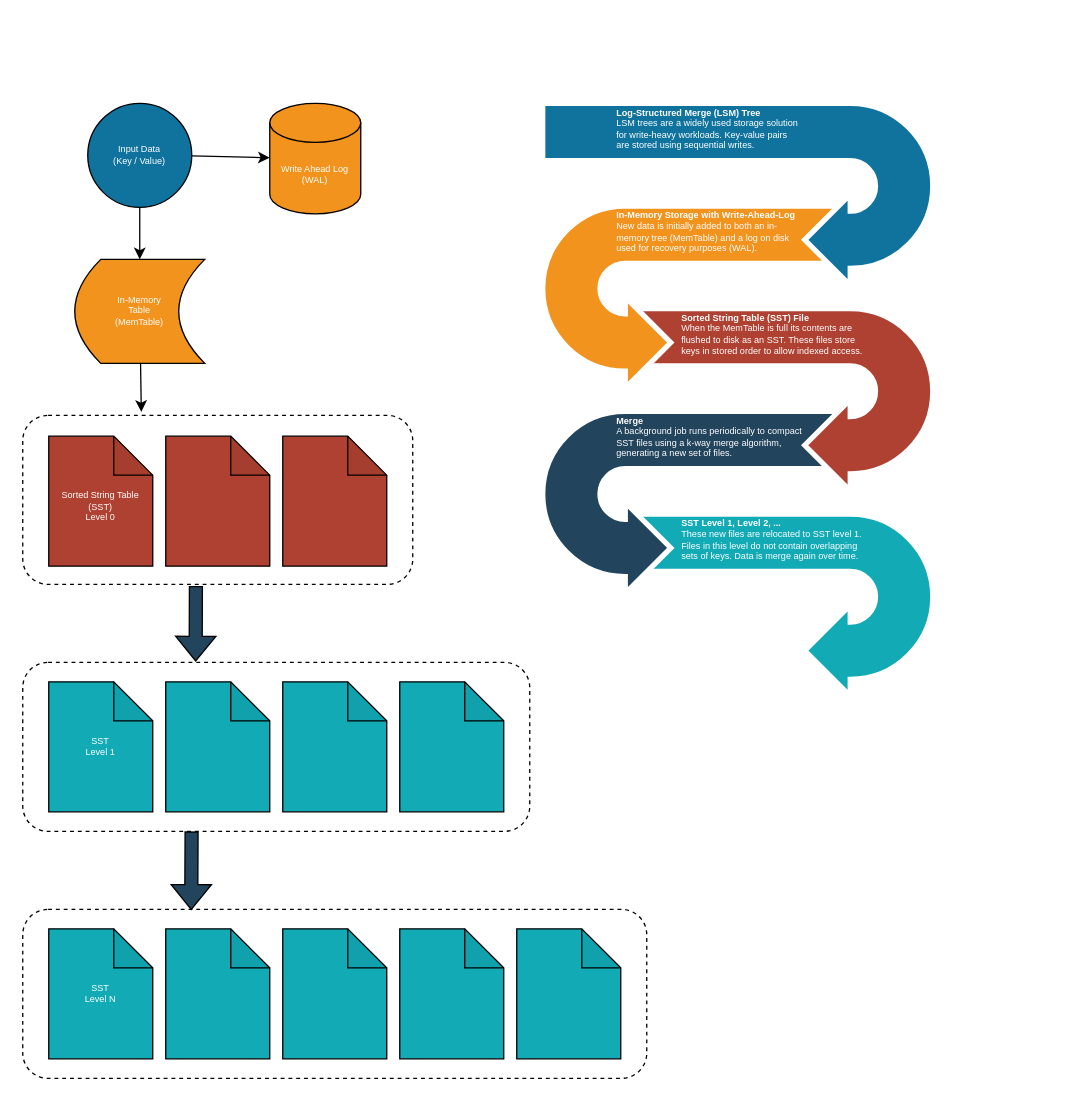
The draw.io diagram page "Data Structures" (1 of 4) of docs/lsm.drawio in justinethier/keyva, before the edit. Source tidied: cells renumbered, new cells numbered last; positions are measured from the earlier drawing's top-left corner, leaving out a move shared by most shapes. Both pictures are drawn from the tidied source at 130%, with x=0, y=0 at pixel (22, 103).
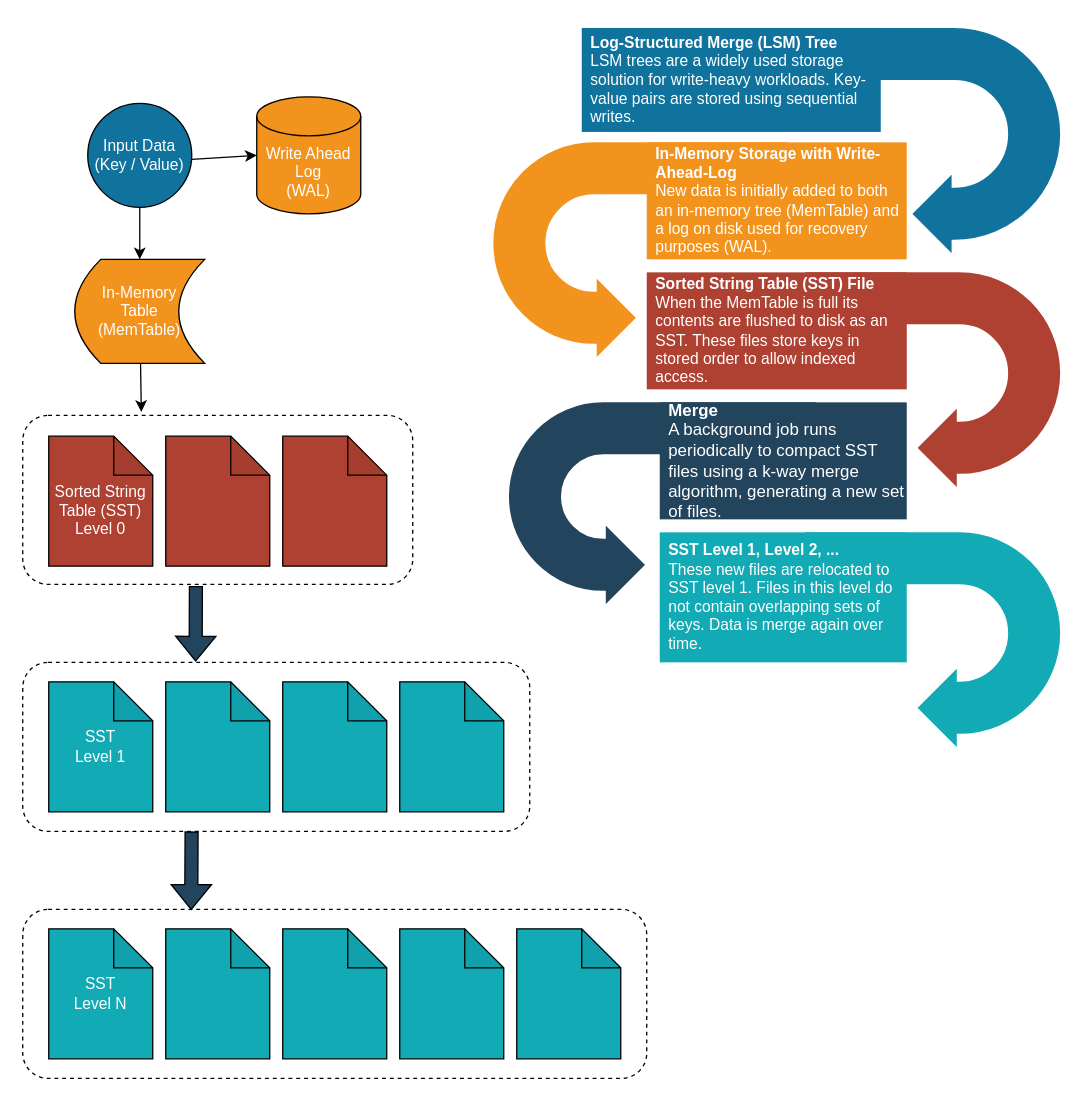
After the change.

The edit, as a diff of the source:
```diff
@@
-    <mxCell id="2" value="Write Ahead Log&lt;br style=&quot;font-size: 7px;&quot;&gt;(WAL)" style="shape=cylinder3;whiteSpace=wrap;html=1;boundedLbl=1;backgroundOutline=1;size=15;fillColor=#F2931E;fontColor=#FFFFFF;fontSize=7;" parent="1" vertex="1">
-      <mxGeometry x="190" width="70" height="85" as="geometry" />
+    <mxCell id="2" value="Write Ahead Log&lt;br style=&quot;font-size: 12px;&quot;&gt;(WAL)" style="shape=cylinder3;whiteSpace=wrap;html=1;boundedLbl=1;backgroundOutline=1;size=15;fillColor=#F2931E;fontColor=#FFFFFF;fontSize=12;" parent="1" vertex="1">
+      <mxGeometry x="180" y="-5" width="80" height="90" as="geometry" />
     </mxCell>
-    <mxCell id="3" value="In-Memory &lt;br style=&quot;font-size: 7px;&quot;&gt;Table&lt;br style=&quot;font-size: 7px;&quot;&gt;(MemTable)" style="shape=dataStorage;whiteSpace=wrap;html=1;fixedSize=1;fillColor=#F2931E;fontColor=#FFFFFF;fontSize=7;" parent="1" vertex="1">
+    <mxCell id="3" value="In-Memory &lt;br style=&quot;font-size: 12px;&quot;&gt;Table&lt;br style=&quot;font-size: 12px;&quot;&gt;(MemTable)" style="shape=dataStorage;whiteSpace=wrap;html=1;fixedSize=1;fillColor=#F2931E;fontColor=#FFFFFF;fontSize=12;" parent="1" vertex="1">
       <mxGeometry x="40" y="120" width="100" height="80" as="geometry" />
     </mxCell>
-    <mxCell id="4" value="Input Data&lt;br style=&quot;font-size: 7px;&quot;&gt;(Key / Value)" style="ellipse;whiteSpace=wrap;html=1;fillColor=#10739E;fontColor=#FFFFFF;fontSize=7;" parent="1" vertex="1">
+    <mxCell id="4" value="Input Data&lt;br style=&quot;font-size: 12px;&quot;&gt;(Key / Value)" style="ellipse;whiteSpace=wrap;html=1;fillColor=#10739E;fontColor=#FFFFFF;fontSize=12;" parent="1" vertex="1">
       <mxGeometry x="50" width="80" height="80" as="geometry" />
     </mxCell>
@@
-    <mxCell id="8" value="&lt;div style=&quot;font-size: 7px;&quot;&gt;&lt;br style=&quot;font-size: 7px;&quot;&gt;&lt;/div&gt;&lt;div style=&quot;font-size: 7px;&quot;&gt;Sorted String Table (SST)&lt;br style=&quot;font-size: 7px;&quot;&gt;&lt;/div&gt;&lt;div style=&quot;font-size: 7px;&quot;&gt;Level 0&lt;br style=&quot;font-size: 7px;&quot;&gt;&lt;/div&gt;" style="shape=note;whiteSpace=wrap;html=1;backgroundOutline=1;darkOpacity=0.05;fillColor=#AE4132;fontColor=#FFFFFF;fontSize=7;" parent="1" vertex="1">
+    <mxCell id="8" value="&lt;div style=&quot;font-size: 12px;&quot;&gt;&lt;br style=&quot;font-size: 12px;&quot;&gt;&lt;/div&gt;&lt;div style=&quot;font-size: 12px;&quot;&gt;Sorted String Table (SST)&lt;br style=&quot;font-size: 12px;&quot;&gt;&lt;/div&gt;&lt;div style=&quot;font-size: 12px;&quot;&gt;Level 0&lt;br style=&quot;font-size: 12px;&quot;&gt;&lt;/div&gt;" style="shape=note;whiteSpace=wrap;html=1;backgroundOutline=1;darkOpacity=0.05;fillColor=#AE4132;fontColor=#FFFFFF;fontSize=12;" parent="1" vertex="1">
       <mxGeometry x="20" y="256" width="80" height="100" as="geometry" />
     </mxCell>
@@
-    <mxCell id="12" value="&lt;div style=&quot;font-size: 7px;&quot;&gt;SST&lt;/div&gt;&lt;div style=&quot;font-size: 7px;&quot;&gt;Level 1&lt;br style=&quot;font-size: 7px;&quot;&gt;&lt;/div&gt;" style="shape=note;whiteSpace=wrap;html=1;backgroundOutline=1;darkOpacity=0.05;fontColor=#FFFFFF;fillColor=#12AAB5;fontSize=7;" parent="1" vertex="1">
+    <mxCell id="12" value="&lt;div style=&quot;font-size: 12px;&quot;&gt;SST&lt;/div&gt;&lt;div style=&quot;font-size: 12px;&quot;&gt;Level 1&lt;br style=&quot;font-size: 12px;&quot;&gt;&lt;/div&gt;" style="shape=note;whiteSpace=wrap;html=1;backgroundOutline=1;darkOpacity=0.05;fontColor=#FFFFFF;fillColor=#12AAB5;fontSize=12;" parent="1" vertex="1">
       <mxGeometry x="20" y="445" width="80" height="100" as="geometry" />
     </mxCell>
@@
     <mxCell id="14" style="html=1;shadow=0;dashed=0;align=center;verticalAlign=middle;shape=mxgraph.arrows2.uTurnArrow;dy=22;arrowHead=70;dx2=35;strokeColor=#ffffff;fillColor=#12AAB5;fontSize=12;fontColor=#3333FF;flipH=1;flipV=1;strokeWidth=4;" parent="1" vertex="1">
-      <mxGeometry x="470" y="316" width="230" height="140" as="geometry" />
+      <mxGeometry x="600" y="328" width="200" height="172" as="geometry" />
     </mxCell>
     <mxCell id="15" style="html=1;shadow=0;dashed=0;align=center;verticalAlign=middle;shape=mxgraph.arrows2.uTurnArrow;dy=22;arrowHead=70;dx2=35;strokeColor=#ffffff;fillColor=#23445D;fontSize=12;fontColor=#3333FF;flipV=1;strokeWidth=4;" parent="1" vertex="1">
-      <mxGeometry x="400" y="237" width="230" height="140" as="geometry" />
+      <mxGeometry x="372" y="228" width="240" height="162" as="geometry" />
     </mxCell>
     <mxCell id="16" style="html=1;shadow=0;dashed=0;align=center;verticalAlign=middle;shape=mxgraph.arrows2.uTurnArrow;dy=22;arrowHead=70;dx2=35;strokeColor=#ffffff;fillColor=#AE4132;fontSize=12;fontColor=#3333FF;flipH=1;flipV=1;strokeWidth=4;" parent="1" vertex="1">
-      <mxGeometry x="470" y="158" width="230" height="140" as="geometry" />
+      <mxGeometry x="600" y="128" width="200" height="172" as="geometry" />
     </mxCell>
     <mxCell id="17" style="html=1;shadow=0;dashed=0;align=center;verticalAlign=middle;shape=mxgraph.arrows2.uTurnArrow;dy=22;arrowHead=70;dx2=35;strokeColor=#ffffff;fillColor=#F2931E;fontSize=12;fontColor=#3333FF;flipV=1;strokeWidth=4;labelBorderColor=default;" parent="1" vertex="1">
-      <mxGeometry x="400" y="79" width="230" height="140" as="geometry" />
+      <mxGeometry x="360" y="28" width="230" height="172" as="geometry" />
     </mxCell>
     <mxCell id="18" style="html=1;shadow=0;dashed=0;align=center;verticalAlign=middle;shape=mxgraph.arrows2.uTurnArrow;dy=22;arrowHead=70;dx2=35;strokeColor=#ffffff;fillColor=#10739E;fontSize=12;fontColor=#3333FF;flipH=1;flipV=1;strokeWidth=4;" parent="1" vertex="1">
-      <mxGeometry x="400" width="300" height="140" as="geometry" />
+      <mxGeometry x="430" y="-60" width="370" height="180" as="geometry" />
     </mxCell>
-    <mxCell id="19" value="&lt;b&gt;Log-Structured Merge (LSM) Tree&lt;/b&gt;&lt;br style=&quot;font-size: 7px&quot;&gt;LSM trees are a widely used storage solution for write-heavy workloads. Key-value pairs are stored using sequential writes." style="rounded=0;whiteSpace=wrap;shadow=0;strokeColor=none;strokeWidth=6;fillColor=none;fontSize=7;fontColor=#FFFFFF;align=left;html=1;spacingLeft=5;" parent="1" vertex="1">
-      <mxGeometry x="450" width="150" height="40" as="geometry" />
+    <mxCell id="19" value="&lt;b style=&quot;font-size: 12px;&quot;&gt;Log-Structured Merge (LSM) Tree&lt;/b&gt;&lt;br style=&quot;font-size: 12px;&quot;&gt;LSM trees are a widely used storage solution for write-heavy workloads. Key-value pairs are stored using sequential writes." style="rounded=0;whiteSpace=wrap;shadow=0;strokeColor=none;strokeWidth=6;fillColor=#10739E;fontSize=12;fontColor=#FFFFFF;align=left;html=1;spacingLeft=5;" parent="1" vertex="1">
+      <mxGeometry x="430" y="-58" width="230" height="80" as="geometry" />
     </mxCell>
-    <mxCell id="20" value="&lt;b&gt;In-Memory Storage with Write-Ahead-Log&lt;/b&gt;&lt;br style=&quot;font-size: 7px&quot;&gt;New data is initially added to both an in-memory tree (MemTable) and a log on disk used for recovery purposes (WAL)." style="rounded=0;whiteSpace=wrap;shadow=0;strokeColor=none;strokeWidth=6;fillColor=none;fontSize=7;fontColor=#FFFFFF;align=left;html=1;spacingLeft=5;" parent="1" vertex="1">
-      <mxGeometry x="450" y="79" width="150" height="40" as="geometry" />
+    <mxCell id="20" value="&lt;b style=&quot;font-size: 12px;&quot;&gt;In-Memory Storage with Write-Ahead-Log&lt;/b&gt;&lt;br style=&quot;font-size: 12px;&quot;&gt;New data is initially added to both an in-memory tree (MemTable) and a log on disk used for recovery purposes (WAL)." style="rounded=0;whiteSpace=wrap;shadow=0;strokeColor=none;strokeWidth=6;fillColor=#F2931E;fontSize=12;fontColor=#FFFFFF;align=left;html=1;spacingLeft=5;" parent="1" vertex="1">
+      <mxGeometry x="480" y="30" width="200" height="90" as="geometry" />
     </mxCell>
-    <mxCell id="21" value="&lt;b&gt;Sorted String Table (SST) File&lt;/b&gt;&lt;br style=&quot;font-size: 7px&quot;&gt;When the MemTable is full its contents are flushed to disk as an SST. These files store keys in stored order to allow indexed access." style="rounded=0;whiteSpace=wrap;shadow=0;strokeColor=none;strokeWidth=6;fillColor=none;fontSize=7;fontColor=#FFFFFF;align=left;html=1;spacingLeft=5;" parent="1" vertex="1">
-      <mxGeometry x="500" y="158" width="150" height="40" as="geometry" />
+    <mxCell id="21" value="&lt;b style=&quot;font-size: 12px;&quot;&gt;Sorted String Table (SST) File&lt;/b&gt;&lt;br style=&quot;font-size: 12px;&quot;&gt;When the MemTable is full its contents are flushed to disk as an SST. These files store keys in stored order to allow indexed access." style="rounded=0;whiteSpace=wrap;shadow=0;strokeColor=none;strokeWidth=6;fillColor=#AE4132;fontSize=12;fontColor=#FFFFFF;align=left;html=1;spacingLeft=5;" parent="1" vertex="1">
+      <mxGeometry x="480" y="130" width="200" height="90" as="geometry" />
     </mxCell>
-    <mxCell id="22" value="&lt;b&gt;Merge&lt;/b&gt;&lt;br style=&quot;font-size: 7px&quot;&gt;A background job runs periodically to compact SST files using a k-way merge algorithm, generating a new set of files." style="rounded=0;whiteSpace=wrap;shadow=0;strokeColor=none;strokeWidth=6;fillColor=none;fontSize=7;fontColor=#FFFFFF;align=left;html=1;spacingLeft=5;" parent="1" vertex="1">
-      <mxGeometry x="450" y="237" width="150" height="40" as="geometry" />
+    <mxCell id="22" value="&lt;b style=&quot;font-size: 13px;&quot;&gt;Merge&lt;/b&gt;&lt;br style=&quot;font-size: 13px;&quot;&gt;A background job runs periodically to compact SST files using a k-way merge algorithm, generating a new set of files." style="rounded=0;whiteSpace=wrap;shadow=0;strokeColor=none;strokeWidth=6;fillColor=#23445D;fontSize=13;fontColor=#FFFFFF;align=left;html=1;spacingLeft=5;" parent="1" vertex="1">
+      <mxGeometry x="490" y="230" width="190" height="90" as="geometry" />
     </mxCell>
-    <mxCell id="23" value="&lt;b style=&quot;font-size: 7px&quot;&gt;SST Level 1, Level 2, ...&lt;/b&gt;&lt;br style=&quot;font-size: 7px&quot;&gt;These new files are relocated to SST level 1. Files in this level do not contain overlapping sets of keys. Data is merge again over time." style="rounded=0;whiteSpace=wrap;shadow=0;strokeColor=none;strokeWidth=6;fillColor=none;fontSize=7;fontColor=#FFFFFF;align=left;html=1;spacingLeft=5;" parent="1" vertex="1">
-      <mxGeometry x="500" y="316" width="150" height="40" as="geometry" />
+    <mxCell id="23" value="&lt;b style=&quot;font-size: 12px;&quot;&gt;SST Level 1, Level 2, ...&lt;/b&gt;&lt;br style=&quot;font-size: 12px;&quot;&gt;These new files are relocated to SST level 1. Files in this level do not contain overlapping sets of keys. Data is merge again over time." style="rounded=0;whiteSpace=wrap;shadow=0;strokeColor=none;strokeWidth=6;fillColor=#12AAB5;fontSize=12;fontColor=#FFFFFF;align=left;html=1;spacingLeft=5;" parent="1" vertex="1">
+      <mxGeometry x="490" y="330" width="190" height="100" as="geometry" />
     </mxCell>
@@
-    <mxCell id="32" value="&lt;div style=&quot;font-size: 7px;&quot;&gt;SST&lt;/div&gt;&lt;div style=&quot;font-size: 7px;&quot;&gt;Level N&lt;/div&gt;" style="shape=note;whiteSpace=wrap;html=1;backgroundOutline=1;darkOpacity=0.05;fontColor=#FFFFFF;fillColor=#12AAB5;fontSize=7;" parent="1" vertex="1">
+    <mxCell id="32" value="&lt;div style=&quot;font-size: 12px;&quot;&gt;SST&lt;/div&gt;&lt;div style=&quot;font-size: 12px;&quot;&gt;Level N&lt;/div&gt;" style="shape=note;whiteSpace=wrap;html=1;backgroundOutline=1;darkOpacity=0.05;fontColor=#FFFFFF;fillColor=#12AAB5;fontSize=12;" parent="1" vertex="1">
       <mxGeometry x="20" y="635" width="80" height="100" as="geometry" />
     </mxCell>
```
